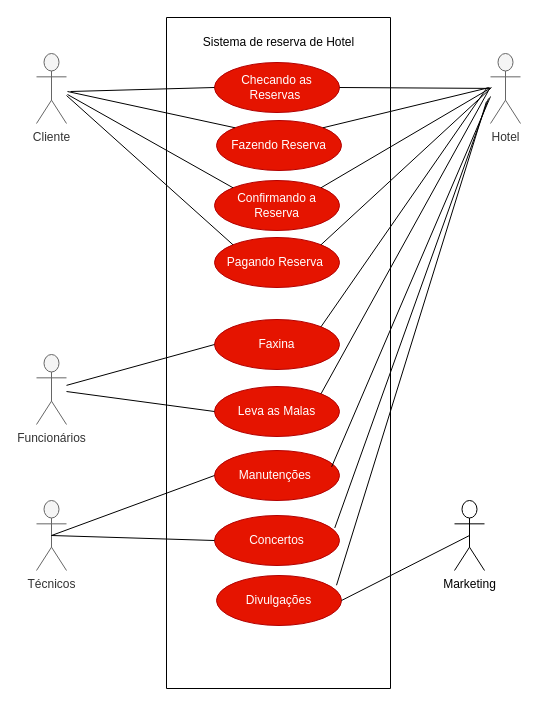
Guilherme-106/daigramasderequisitos keeps this draw.io diagram as page "Página-3" (3 of 3) of Diagrama sem nome.drawio. Above is the earlier version. Source tidied: cells renumbered, new cells numbered last; positions are measured from the earlier drawing's top-left corner, leaving out a move shared by most shapes. Both pictures are drawn from the tidied source at 100%, with x=0, y=0 at pixel (36, 17).
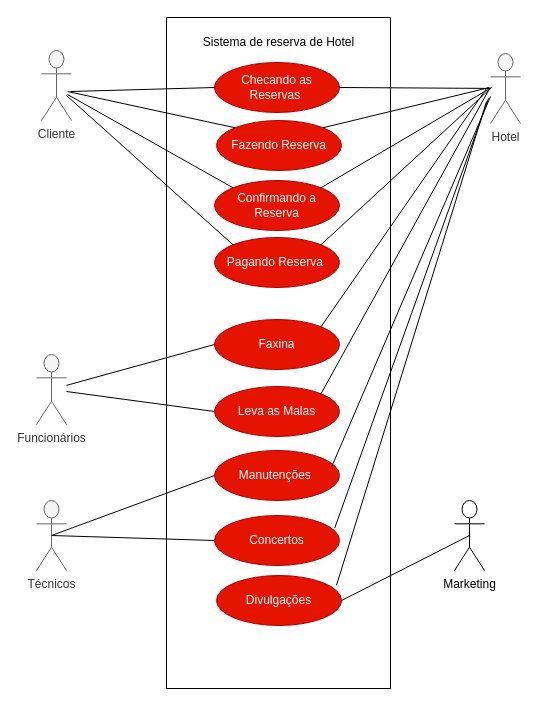
The same diagram, later.

Commit message:
Sistema de Reserva de Hotel

What changed in the source:
```diff
@@
     <mxCell id="13" value="Cliente" style="shape=umlActor;verticalLabelPosition=bottom;verticalAlign=top;html=1;outlineConnect=0;fillColor=#f5f5f5;fontColor=#333333;strokeColor=#666666;" parent="1" vertex="1">
-      <mxGeometry y="36" width="30" height="70" as="geometry" />
+      <mxGeometry x="5" y="33" width="30" height="70" as="geometry" />
     </mxCell>
@@
+    <mxCell id="36" style="edgeStyle=none;rounded=0;orthogonalLoop=1;jettySize=auto;html=1;exitX=0;exitY=1;exitDx=0;exitDy=0;exitPerimeter=0;" parent="1" edge="1" source="13" target="13">
+      <mxGeometry relative="1" as="geometry" />
+    </mxCell>
```
